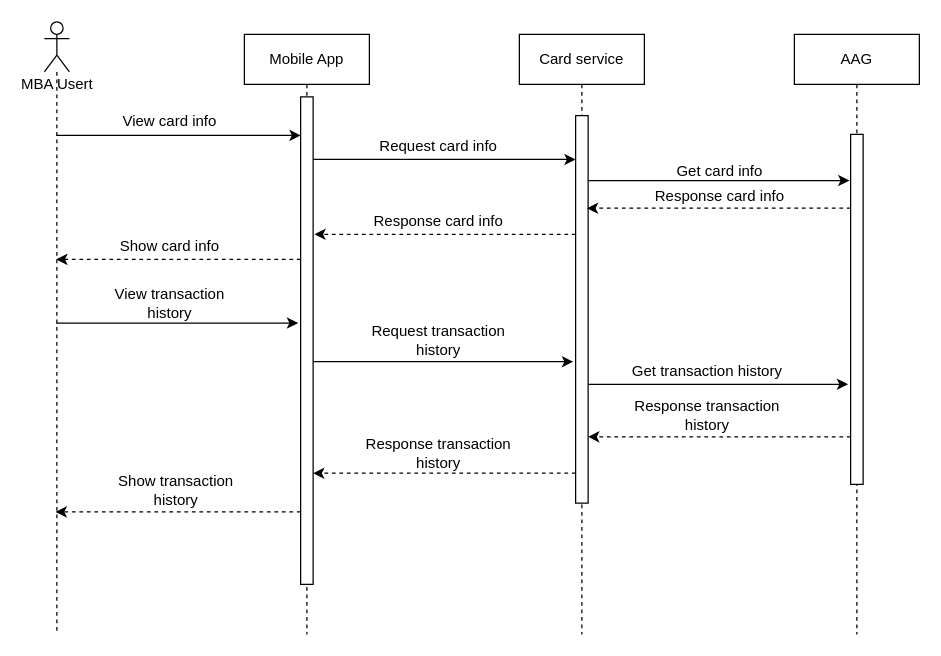
The draw.io diagram page "View-card" (5 of 12) of Sequence Diagram.drawio in lyminh1994/diagram, before the edit. Source tidied: cells renumbered, new cells numbered last; positions are measured from the earlier drawing's top-left corner, leaving out a move shared by most shapes. Both pictures are drawn from the tidied source at 125%, with x=0, y=0 at pixel (44, 21).
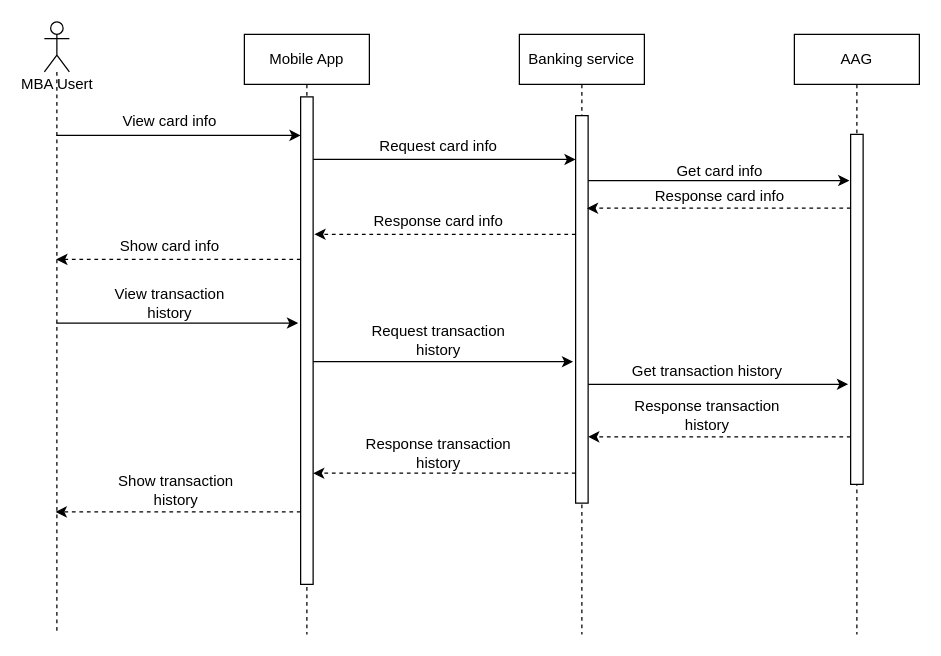
Above is the later version.

Diff of the diagram source:
```diff
@@
-    <mxCell id="6" value="&lt;span&gt;Card service&lt;/span&gt;" style="shape=umlLifeline;perimeter=lifelinePerimeter;whiteSpace=wrap;html=1;rounded=0;shadow=0;strokeColor=#000000;strokeWidth=1;fillColor=none;verticalAlign=middle;" parent="1" vertex="1">
+    <mxCell id="6" value="&lt;span&gt;Banking service&lt;/span&gt;" style="shape=umlLifeline;perimeter=lifelinePerimeter;whiteSpace=wrap;html=1;rounded=0;shadow=0;strokeColor=#000000;strokeWidth=1;fillColor=none;verticalAlign=middle;" parent="1" vertex="1">
       <mxGeometry x="380" y="10" width="100" height="480" as="geometry" />
     </mxCell>
```
